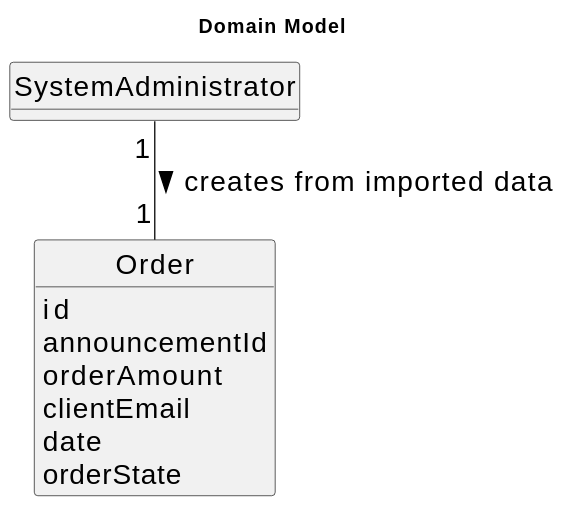
Above: docs/sprintD/us019/02.analysis/svg/us019-domain-model.svg in Goncalves2525/real-estate-management-system (PlantUML), before the change. The source it was exported from:
```plantuml
@startuml
skinparamlocked defaultFontSize 20
skinparam monochrome true
skinparam packageStyle rectangle
skinparam shadowing false


skinparam classAttributeIconSize 0

hide circle
hide methods

title Domain Model

class Order{
    id
    announcementId
    orderAmount
    clientEmail
    date
    orderState
}
SystemAdministrator "1" -- "1" Order : creates from imported data >
@enduml
```
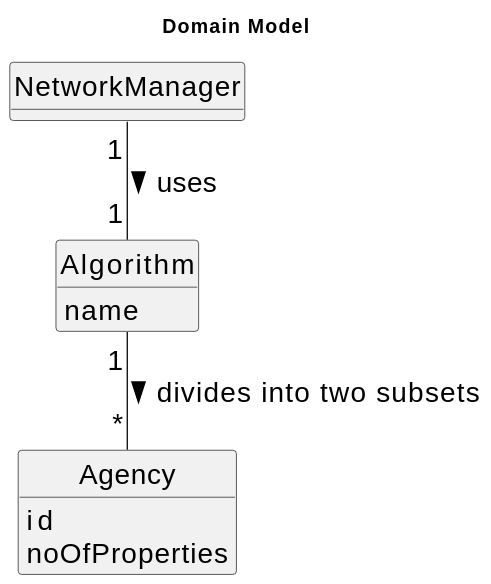
The same file after the commit.

Change to the diagram source:
```diff
@@ -3,7 +3,6 @@
 skinparam monochrome true
 skinparam packageStyle rectangle
 skinparam shadowing false
-
 
 skinparam classAttributeIconSize 0
 
@@ -12,13 +11,19 @@
 
 title Domain Model
 
-class Order{
+class NetworkManager {
+
+}
+
+class Agency{
     id
-    announcementId
-    orderAmount
-    clientEmail
-    date
-    orderState
+    noOfProperties
 }
-SystemAdministrator "1" -- "1" Order : creates from imported data >
+
+class Algorithm{
+    name
+}
+
+Algorithm "1" -- "*" Agency : divides into two subsets >
+NetworkManager "1" -- "1"Algorithm : uses >
 @enduml
```
